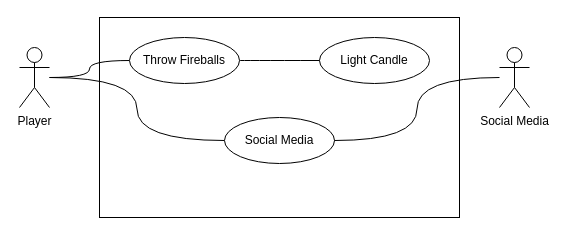
Above: Untitled Diagram.drawio in aulo/CISC210Draw (draw.io), before the change. Source tidied: cells renumbered, new cells numbered last; positions are measured from the earlier drawing's top-left corner, leaving out a move shared by most shapes. Both pictures are drawn from the tidied source at 100%, with x=0, y=0 at pixel (19, 17).
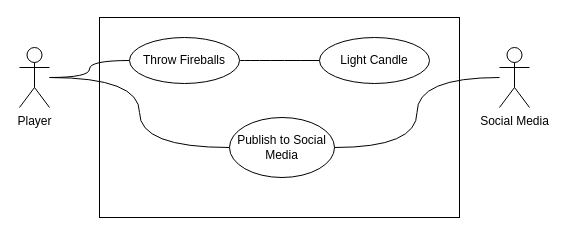
The same diagram, later.

What changed in the source:
```diff
@@
 <mxGraphModel>
   <root>
     <mxCell id="0" />
     <mxCell id="1" parent="0" />
     <mxCell id="2" style="rounded=0;whiteSpace=wrap;html=1;" parent="1" vertex="1">
       <mxGeometry x="80" width="360" height="200" as="geometry" />
     </mxCell>
     <mxCell id="3" style="edgeStyle=orthogonalEdgeStyle;jettySize=auto;html=1;curved=1;startArrow=none;startFill=0;endArrow=none;endFill=0;" parent="1" edge="1" source="5" target="11">
       <mxGeometry relative="1" as="geometry">
         <Array as="points">
           <mxPoint x="70" y="60" />
           <mxPoint x="70" y="43" />
         </Array>
       </mxGeometry>
     </mxCell>
     <mxCell id="4" style="edgeStyle=orthogonalEdgeStyle;curved=1;jettySize=auto;html=1;startArrow=none;startFill=0;endArrow=none;endFill=0;entryX=0;entryY=0.5;entryDx=0;entryDy=0;" parent="1" edge="1" source="5" target="7">
       <mxGeometry relative="1" as="geometry" />
     </mxCell>
     <mxCell id="5" value="Player" style="shape=umlActor;verticalLabelPosition=bottom;labelBackgroundColor=#ffffff;verticalAlign=top;html=1;outlineConnect=0;" parent="1" vertex="1">
       <mxGeometry y="30" width="30" height="60" as="geometry" />
     </mxCell>
     <mxCell id="6" value="&lt;font style=&quot;font-size: 12px&quot;&gt;Light Candle&lt;/font&gt;" style="ellipse;whiteSpace=wrap;html=1;" parent="1" vertex="1">
       <mxGeometry x="300" y="20" width="110" height="46" as="geometry" />
     </mxCell>
-    <mxCell id="7" value="&lt;font style=&quot;font-size: 12px&quot;&gt;Social Media&lt;/font&gt;" style="ellipse;whiteSpace=wrap;html=1;" parent="1" vertex="1">
-      <mxGeometry x="205" y="100" width="110" height="46" as="geometry" />
+    <mxCell id="7" value="&lt;font style=&quot;font-size: 12px&quot;&gt;Publish to Social Media&lt;/font&gt;" style="ellipse;whiteSpace=wrap;html=1;" parent="1" vertex="1">
+      <mxGeometry x="210" y="100" width="105" height="60" as="geometry" />
     </mxCell>
     <mxCell id="8" style="edgeStyle=orthogonalEdgeStyle;curved=1;jettySize=auto;html=1;startArrow=none;startFill=0;endArrow=none;endFill=0;strokeWidth=1;entryX=1;entryY=0.5;entryDx=0;entryDy=0;" parent="1" edge="1" source="9" target="7">
       <mxGeometry relative="1" as="geometry" />
     </mxCell>
     <mxCell id="9" value="Social Media" style="shape=umlActor;verticalLabelPosition=bottom;labelBackgroundColor=#ffffff;verticalAlign=top;html=1;outlineConnect=0;" parent="1" vertex="1">
       <mxGeometry x="480" y="30" width="30" height="60" as="geometry" />
     </mxCell>
     <mxCell id="10" style="edgeStyle=orthogonalEdgeStyle;curved=1;jettySize=auto;html=1;startArrow=none;startFill=0;endArrow=none;endFill=0;strokeWidth=1;entryX=0;entryY=0.5;entryDx=0;entryDy=0;" parent="1" edge="1" source="11" target="6">
       <mxGeometry relative="1" as="geometry" />
     </mxCell>
     <mxCell id="11" value="&lt;font style=&quot;font-size: 12px&quot;&gt;Throw Fireballs&lt;/font&gt;" style="ellipse;whiteSpace=wrap;html=1;" parent="1" vertex="1">
       <mxGeometry x="110" y="20" width="110" height="46" as="geometry" />
     </mxCell>
   </root>
 </mxGraphModel>
```
